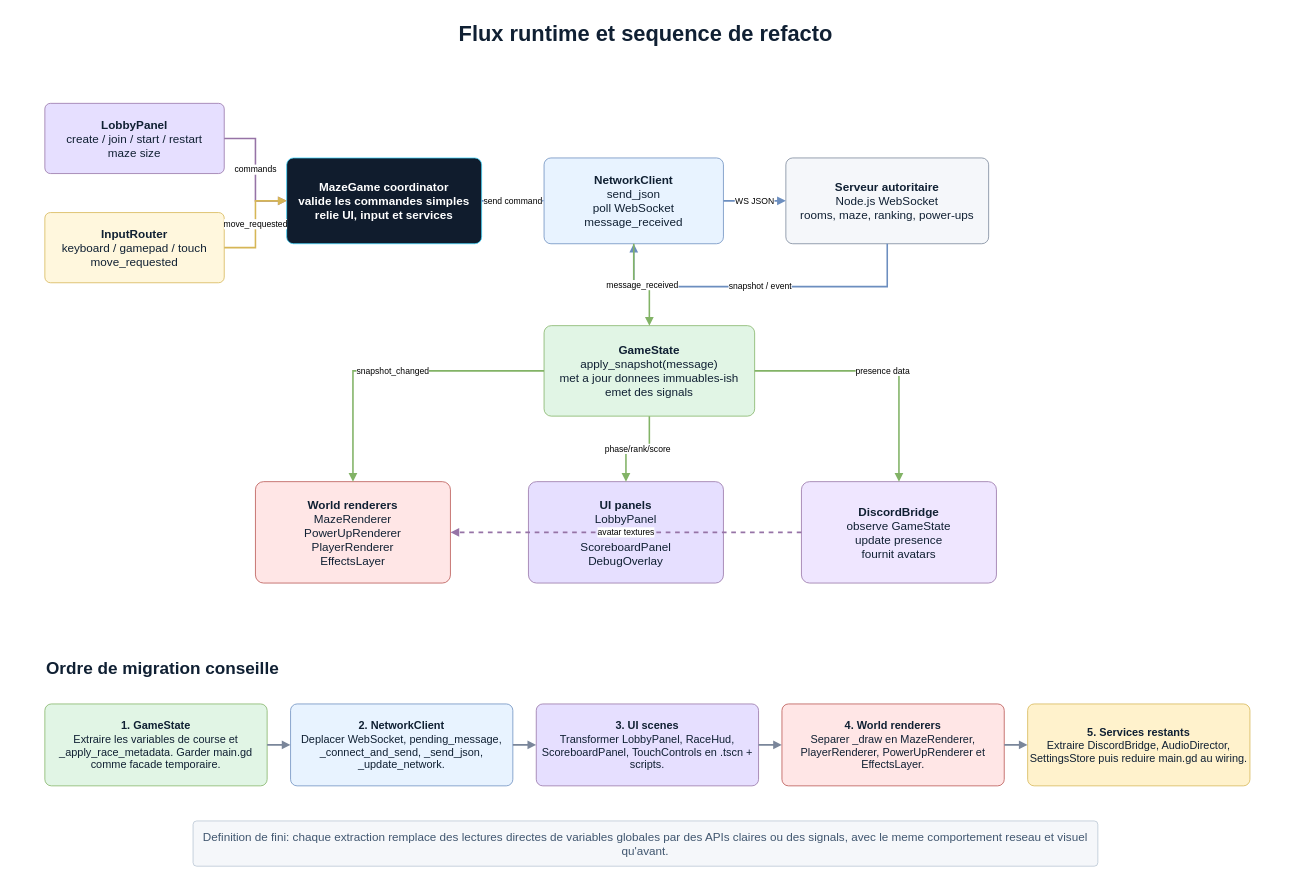
Above: page "03 Flux et migration" (3 of 3) of docs/godot_refactor_nodes.drawio in zarocksx/multi-maze (draw.io), before the change. Source tidied: cells renumbered, new cells numbered last; positions are measured from the earlier drawing's top-left corner, leaving out a move shared by most shapes. Both pictures are drawn from the tidied source at 78%, with x=0, y=0 at pixel (13, 13).
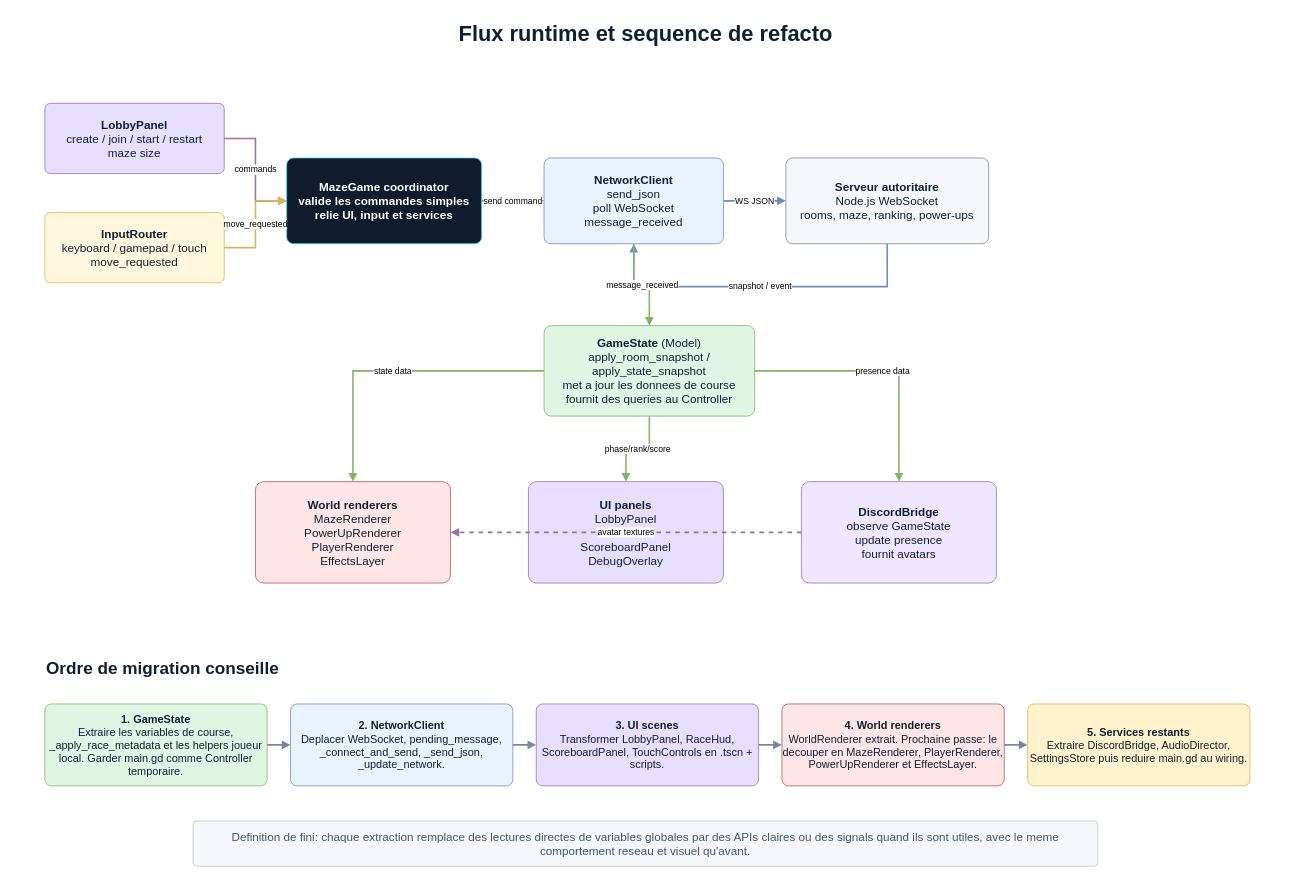
Above is the later version.

The change refers to these unchanged cells:
```xml
<mxCell id="9" value="&lt;b&gt;World renderers&lt;/b&gt;&lt;br&gt;MazeRenderer&lt;br&gt;PowerUpRenderer&lt;br&gt;PlayerRenderer&lt;br&gt;EffectsLayer" style="rounded=1;whiteSpace=wrap;html=1;fillColor=#ffe6e6;strokeColor=#b85450;fontColor=#102033;fontSize=15;arcSize=8;" parent="1" vertex="1">
  <mxGeometry x="310" y="600" width="250" height="130" as="geometry" />
</mxCell>
```

Diff of the diagram source:
```diff
@@
-    <mxCell id="8" value="&lt;b&gt;GameState&lt;/b&gt;&lt;br&gt;apply_snapshot(message)&lt;br&gt;met a jour donnees immuables-ish&lt;br&gt;emet des signals" style="rounded=1;whiteSpace=wrap;html=1;fillColor=#e1f5e5;strokeColor=#82b366;fontColor=#102033;fontSize=15;arcSize=8;" parent="1" vertex="1">
+    <mxCell id="8" value="&lt;b&gt;GameState&lt;/b&gt; (Model)&lt;br&gt;apply_room_snapshot / apply_state_snapshot&lt;br&gt;met a jour les donnees de course&lt;br&gt;fournit des queries au Controller" style="rounded=1;whiteSpace=wrap;html=1;fillColor=#e1f5e5;strokeColor=#82b366;fontColor=#102033;fontSize=15;arcSize=8;" parent="1" vertex="1">
       <mxGeometry x="680" y="400" width="270" height="116" as="geometry" />
     </mxCell>
@@
-    <mxCell id="13" value="&lt;b&gt;1. GameState&lt;/b&gt;&lt;br&gt;Extraire les variables de course et _apply_race_metadata. Garder main.gd comme facade temporaire." style="rounded=1;whiteSpace=wrap;html=1;fillColor=#e1f5e5;strokeColor=#82b366;fontColor=#102033;fontSize=14;arcSize=8;" parent="1" vertex="1">
+    <mxCell id="13" value="&lt;b&gt;1. GameState&lt;/b&gt;&lt;br&gt;Extraire les variables de course, _apply_race_metadata et les helpers joueur local. Garder main.gd comme Controller temporaire." style="rounded=1;whiteSpace=wrap;html=1;fillColor=#e1f5e5;strokeColor=#82b366;fontColor=#102033;fontSize=14;arcSize=8;" parent="1" vertex="1">
       <mxGeometry x="40" y="885" width="285" height="105" as="geometry" />
     </mxCell>
@@
-    <mxCell id="16" value="&lt;b&gt;4. World renderers&lt;/b&gt;&lt;br&gt;Separer _draw en MazeRenderer, PlayerRenderer, PowerUpRenderer et EffectsLayer." style="rounded=1;whiteSpace=wrap;html=1;fillColor=#ffe6e6;strokeColor=#b85450;fontColor=#102033;fontSize=14;arcSize=8;" parent="1" vertex="1">
+    <mxCell id="16" value="&lt;b&gt;4. World renderers&lt;/b&gt;&lt;br&gt;WorldRenderer extrait. Prochaine passe: le decouper en MazeRenderer, PlayerRenderer, PowerUpRenderer et EffectsLayer." style="rounded=1;whiteSpace=wrap;html=1;fillColor=#ffe6e6;strokeColor=#b85450;fontColor=#102033;fontSize=14;arcSize=8;" parent="1" vertex="1">
       <mxGeometry x="985" y="885" width="285" height="105" as="geometry" />
     </mxCell>
@@
-    <mxCell id="18" value="Definition de fini: chaque extraction remplace des lectures directes de variables globales par des APIs claires ou des signals, avec le meme comportement reseau et visuel qu'avant." style="rounded=1;whiteSpace=wrap;html=1;fillColor=#f5f7fa;strokeColor=#b9c6d3;fontColor=#40566f;fontSize=15;arcSize=8;" parent="1" vertex="1">
+    <mxCell id="18" value="Definition de fini: chaque extraction remplace des lectures directes de variables globales par des APIs claires ou des signals quand ils sont utiles, avec le meme comportement reseau et visuel qu'avant." style="rounded=1;whiteSpace=wrap;html=1;fillColor=#f5f7fa;strokeColor=#b9c6d3;fontColor=#40566f;fontSize=15;arcSize=8;" parent="1" vertex="1">
       <mxGeometry x="230" y="1035" width="1160" height="58" as="geometry" />
     </mxCell>
@@
-    <mxCell id="25" value="snapshot_changed" style="edgeStyle=orthogonalEdgeStyle;rounded=0;jettySize=auto;html=1;endArrow=block;endFill=1;strokeColor=#82b366;strokeWidth=2;" parent="1" edge="1" source="8" target="9">
+    <mxCell id="25" value="state data" style="edgeStyle=orthogonalEdgeStyle;rounded=0;jettySize=auto;html=1;endArrow=block;endFill=1;strokeColor=#82b366;strokeWidth=2;" parent="1" edge="1" source="8" target="9">
       <mxGeometry relative="1" as="geometry" />
     </mxCell>
```
